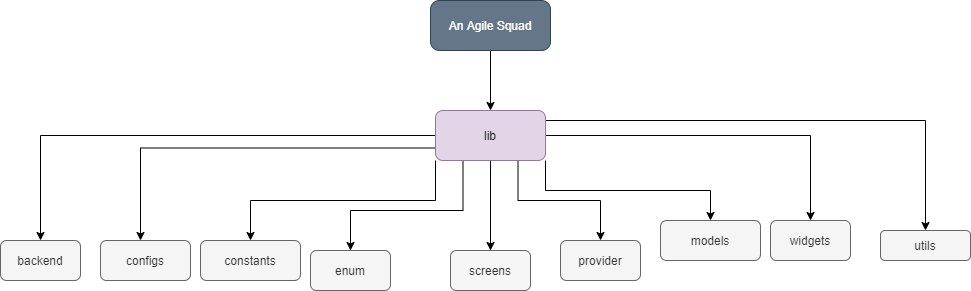
The draw.io diagram screenshots and diagrams/High Level Structure.png in sonalika2001/An-Agile-Squad, before a commit. Source tidied: cells renumbered, new cells last; positions are measured from the earlier drawing's top-left corner, leaving out a move shared by most shapes.
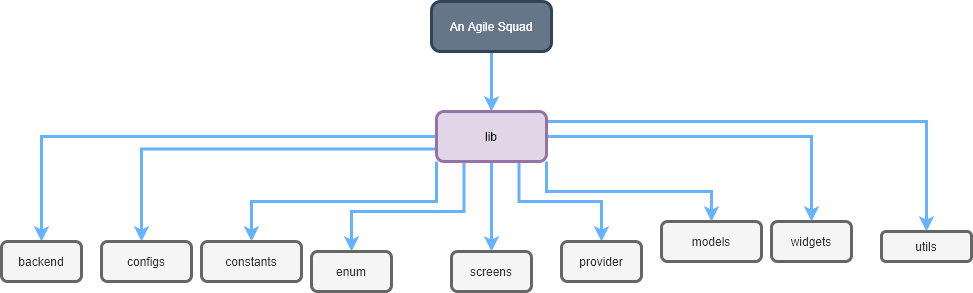
The same diagram one commit later.

Change to the diagram source:
```diff
@@ -2,18 +2,18 @@
   <root>
     <mxCell id="0" />
     <mxCell id="1" parent="0" />
-    <mxCell id="2" style="edgeStyle=orthogonalEdgeStyle;rounded=0;jettySize=auto;html=1;" parent="1" edge="1" source="3">
+    <mxCell id="2" style="edgeStyle=orthogonalEdgeStyle;rounded=0;jettySize=auto;html=1;strokeColor=#66B2FF;strokeWidth=3;" parent="1" edge="1" source="3">
       <mxGeometry relative="1" as="geometry">
         <mxPoint x="490" y="110" as="targetPoint" />
       </mxGeometry>
     </mxCell>
-    <mxCell id="3" value="An Agile Squad" style="rounded=1;whiteSpace=wrap;html=1;arcSize=18;fillColor=#647687;strokeColor=#314354;fontColor=#ffffff;" parent="1" vertex="1">
+    <mxCell id="3" value="An Agile Squad" style="rounded=1;whiteSpace=wrap;html=1;arcSize=18;fillColor=#647687;strokeColor=#314354;fontColor=#ffffff;strokeWidth=3;" parent="1" vertex="1">
       <mxGeometry x="430" width="120" height="50" as="geometry" />
     </mxCell>
-    <mxCell id="4" style="edgeStyle=orthogonalEdgeStyle;rounded=0;jettySize=auto;html=1;" parent="1" edge="1" source="13" target="14">
+    <mxCell id="4" style="edgeStyle=orthogonalEdgeStyle;rounded=0;jettySize=auto;html=1;strokeColor=#66B2FF;strokeWidth=3;" parent="1" edge="1" source="13" target="14">
       <mxGeometry relative="1" as="geometry" />
     </mxCell>
-    <mxCell id="5" style="edgeStyle=orthogonalEdgeStyle;rounded=0;jettySize=auto;html=1;exitX=0;exitY=0.75;exitDx=0;exitDy=0;" parent="1" edge="1" source="13">
+    <mxCell id="5" style="edgeStyle=orthogonalEdgeStyle;rounded=0;jettySize=auto;html=1;exitX=0;exitY=0.75;exitDx=0;exitDy=0;strokeColor=#66B2FF;strokeWidth=3;" parent="1" edge="1" source="13">
       <mxGeometry relative="1" as="geometry">
         <mxPoint x="140" y="240" as="targetPoint" />
         <Array as="points">
@@ -21,10 +21,10 @@
         </Array>
       </mxGeometry>
     </mxCell>
-    <mxCell id="6" style="edgeStyle=orthogonalEdgeStyle;rounded=0;jettySize=auto;html=1;exitX=0;exitY=1;exitDx=0;exitDy=0;" parent="1" edge="1" source="13" target="16">
+    <mxCell id="6" style="edgeStyle=orthogonalEdgeStyle;rounded=0;jettySize=auto;html=1;exitX=0;exitY=1;exitDx=0;exitDy=0;strokeColor=#66B2FF;strokeWidth=3;" parent="1" edge="1" source="13" target="16">
       <mxGeometry relative="1" as="geometry" />
     </mxCell>
-    <mxCell id="7" style="edgeStyle=orthogonalEdgeStyle;rounded=0;jettySize=auto;html=1;exitX=0.25;exitY=1;exitDx=0;exitDy=0;" parent="1" edge="1" source="13">
+    <mxCell id="7" style="edgeStyle=orthogonalEdgeStyle;rounded=0;jettySize=auto;html=1;exitX=0.25;exitY=1;exitDx=0;exitDy=0;strokeColor=#66B2FF;strokeWidth=3;" parent="1" edge="1" source="13">
       <mxGeometry relative="1" as="geometry">
         <mxPoint x="350" y="250" as="targetPoint" />
         <Array as="points">
@@ -33,25 +33,25 @@
         </Array>
       </mxGeometry>
     </mxCell>
-    <mxCell id="8" style="edgeStyle=orthogonalEdgeStyle;rounded=0;jettySize=auto;html=1;exitX=0.5;exitY=1;exitDx=0;exitDy=0;" parent="1" edge="1" source="13" target="18">
+    <mxCell id="8" style="edgeStyle=orthogonalEdgeStyle;rounded=0;jettySize=auto;html=1;exitX=0.5;exitY=1;exitDx=0;exitDy=0;strokeColor=#66B2FF;strokeWidth=3;" parent="1" edge="1" source="13" target="18">
       <mxGeometry relative="1" as="geometry" />
     </mxCell>
-    <mxCell id="9" style="edgeStyle=orthogonalEdgeStyle;rounded=0;jettySize=auto;html=1;exitX=0.75;exitY=1;exitDx=0;exitDy=0;" parent="1" edge="1" source="13">
+    <mxCell id="9" style="edgeStyle=orthogonalEdgeStyle;rounded=0;jettySize=auto;html=1;exitX=0.75;exitY=1;exitDx=0;exitDy=0;strokeColor=#66B2FF;strokeWidth=3;" parent="1" edge="1" source="13">
       <mxGeometry relative="1" as="geometry">
         <mxPoint x="600" y="240" as="targetPoint" />
       </mxGeometry>
     </mxCell>
-    <mxCell id="10" style="edgeStyle=orthogonalEdgeStyle;rounded=0;jettySize=auto;html=1;exitX=1;exitY=1;exitDx=0;exitDy=0;" parent="1" edge="1" source="13">
+    <mxCell id="10" style="edgeStyle=orthogonalEdgeStyle;rounded=0;jettySize=auto;html=1;exitX=1;exitY=1;exitDx=0;exitDy=0;strokeColor=#66B2FF;strokeWidth=3;" parent="1" edge="1" source="13">
       <mxGeometry relative="1" as="geometry">
         <mxPoint x="710" y="220" as="targetPoint" />
       </mxGeometry>
     </mxCell>
-    <mxCell id="11" style="edgeStyle=orthogonalEdgeStyle;rounded=0;jettySize=auto;html=1;exitX=1;exitY=0.5;exitDx=0;exitDy=0;" parent="1" edge="1" source="13">
+    <mxCell id="11" style="edgeStyle=orthogonalEdgeStyle;rounded=0;jettySize=auto;html=1;exitX=1;exitY=0.5;exitDx=0;exitDy=0;strokeColor=#66B2FF;strokeWidth=3;" parent="1" edge="1" source="13">
       <mxGeometry relative="1" as="geometry">
         <mxPoint x="810" y="220" as="targetPoint" />
       </mxGeometry>
     </mxCell>
-    <mxCell id="12" style="edgeStyle=orthogonalEdgeStyle;rounded=0;jettySize=auto;html=1;exitX=1;exitY=0.25;exitDx=0;exitDy=0;" parent="1" edge="1" source="13" target="22">
+    <mxCell id="12" style="edgeStyle=orthogonalEdgeStyle;rounded=0;jettySize=auto;html=1;exitX=1;exitY=0.25;exitDx=0;exitDy=0;strokeColor=#66B2FF;strokeWidth=3;" parent="1" edge="1" source="13" target="22">
       <mxGeometry relative="1" as="geometry">
         <Array as="points">
           <mxPoint x="545" y="120" />
@@ -59,34 +59,34 @@
         </Array>
       </mxGeometry>
     </mxCell>
-    <mxCell id="13" value="lib" style="rounded=1;whiteSpace=wrap;html=1;fillColor=#e1d5e7;strokeColor=#9673a6;" parent="1" vertex="1">
+    <mxCell id="13" value="lib" style="rounded=1;whiteSpace=wrap;html=1;fillColor=#e1d5e7;strokeColor=#9673a6;strokeWidth=3;" parent="1" vertex="1">
       <mxGeometry x="435" y="110" width="110" height="50" as="geometry" />
     </mxCell>
-    <mxCell id="14" value="backend" style="rounded=1;whiteSpace=wrap;html=1;fillColor=#f5f5f5;strokeColor=#666666;fontColor=#333333;" parent="1" vertex="1">
+    <mxCell id="14" value="backend" style="rounded=1;whiteSpace=wrap;html=1;fillColor=#f5f5f5;strokeColor=#666666;fontColor=#333333;strokeWidth=3;" parent="1" vertex="1">
       <mxGeometry y="240" width="80" height="40" as="geometry" />
     </mxCell>
-    <mxCell id="15" value="configs" style="rounded=1;whiteSpace=wrap;html=1;fillColor=#f5f5f5;strokeColor=#666666;fontColor=#333333;" parent="1" vertex="1">
+    <mxCell id="15" value="configs" style="rounded=1;whiteSpace=wrap;html=1;fillColor=#f5f5f5;strokeColor=#666666;fontColor=#333333;strokeWidth=3;" parent="1" vertex="1">
       <mxGeometry x="100" y="240" width="90" height="40" as="geometry" />
     </mxCell>
-    <mxCell id="16" value="constants" style="rounded=1;whiteSpace=wrap;html=1;fillColor=#f5f5f5;strokeColor=#666666;fontColor=#333333;" parent="1" vertex="1">
+    <mxCell id="16" value="constants" style="rounded=1;whiteSpace=wrap;html=1;fillColor=#f5f5f5;strokeColor=#666666;fontColor=#333333;strokeWidth=3;" parent="1" vertex="1">
       <mxGeometry x="200" y="240" width="100" height="40" as="geometry" />
     </mxCell>
-    <mxCell id="17" value="enum" style="rounded=1;whiteSpace=wrap;html=1;fillColor=#f5f5f5;strokeColor=#666666;fontColor=#333333;" parent="1" vertex="1">
+    <mxCell id="17" value="enum" style="rounded=1;whiteSpace=wrap;html=1;fillColor=#f5f5f5;strokeColor=#666666;fontColor=#333333;strokeWidth=3;" parent="1" vertex="1">
       <mxGeometry x="310" y="250" width="80" height="40" as="geometry" />
     </mxCell>
-    <mxCell id="18" value="screens" style="rounded=1;whiteSpace=wrap;html=1;fillColor=#f5f5f5;strokeColor=#666666;fontColor=#333333;" parent="1" vertex="1">
+    <mxCell id="18" value="screens" style="rounded=1;whiteSpace=wrap;html=1;fillColor=#f5f5f5;strokeColor=#666666;fontColor=#333333;strokeWidth=3;" parent="1" vertex="1">
       <mxGeometry x="450" y="250" width="80" height="40" as="geometry" />
     </mxCell>
-    <mxCell id="19" value="provider" style="rounded=1;whiteSpace=wrap;html=1;fillColor=#f5f5f5;strokeColor=#666666;fontColor=#333333;" parent="1" vertex="1">
+    <mxCell id="19" value="provider" style="rounded=1;whiteSpace=wrap;html=1;fillColor=#f5f5f5;strokeColor=#666666;fontColor=#333333;strokeWidth=3;" parent="1" vertex="1">
       <mxGeometry x="560" y="240" width="80" height="40" as="geometry" />
     </mxCell>
-    <mxCell id="20" value="models" style="rounded=1;whiteSpace=wrap;html=1;fillColor=#f5f5f5;strokeColor=#666666;fontColor=#333333;" parent="1" vertex="1">
+    <mxCell id="20" value="models" style="rounded=1;whiteSpace=wrap;html=1;fillColor=#f5f5f5;strokeColor=#666666;fontColor=#333333;strokeWidth=3;" parent="1" vertex="1">
       <mxGeometry x="660" y="220" width="100" height="40" as="geometry" />
     </mxCell>
-    <mxCell id="21" value="widgets" style="rounded=1;whiteSpace=wrap;html=1;fillColor=#f5f5f5;strokeColor=#666666;fontColor=#333333;" parent="1" vertex="1">
+    <mxCell id="21" value="widgets" style="rounded=1;whiteSpace=wrap;html=1;fillColor=#f5f5f5;strokeColor=#666666;fontColor=#333333;strokeWidth=3;" parent="1" vertex="1">
       <mxGeometry x="770" y="220" width="80" height="40" as="geometry" />
     </mxCell>
-    <mxCell id="22" value="utils" style="rounded=1;whiteSpace=wrap;html=1;fillColor=#f5f5f5;strokeColor=#666666;fontColor=#333333;" parent="1" vertex="1">
+    <mxCell id="22" value="utils" style="rounded=1;whiteSpace=wrap;html=1;fillColor=#f5f5f5;strokeColor=#666666;fontColor=#333333;strokeWidth=3;" parent="1" vertex="1">
       <mxGeometry x="880" y="230" width="90" height="30" as="geometry" />
     </mxCell>
   </root>
```
